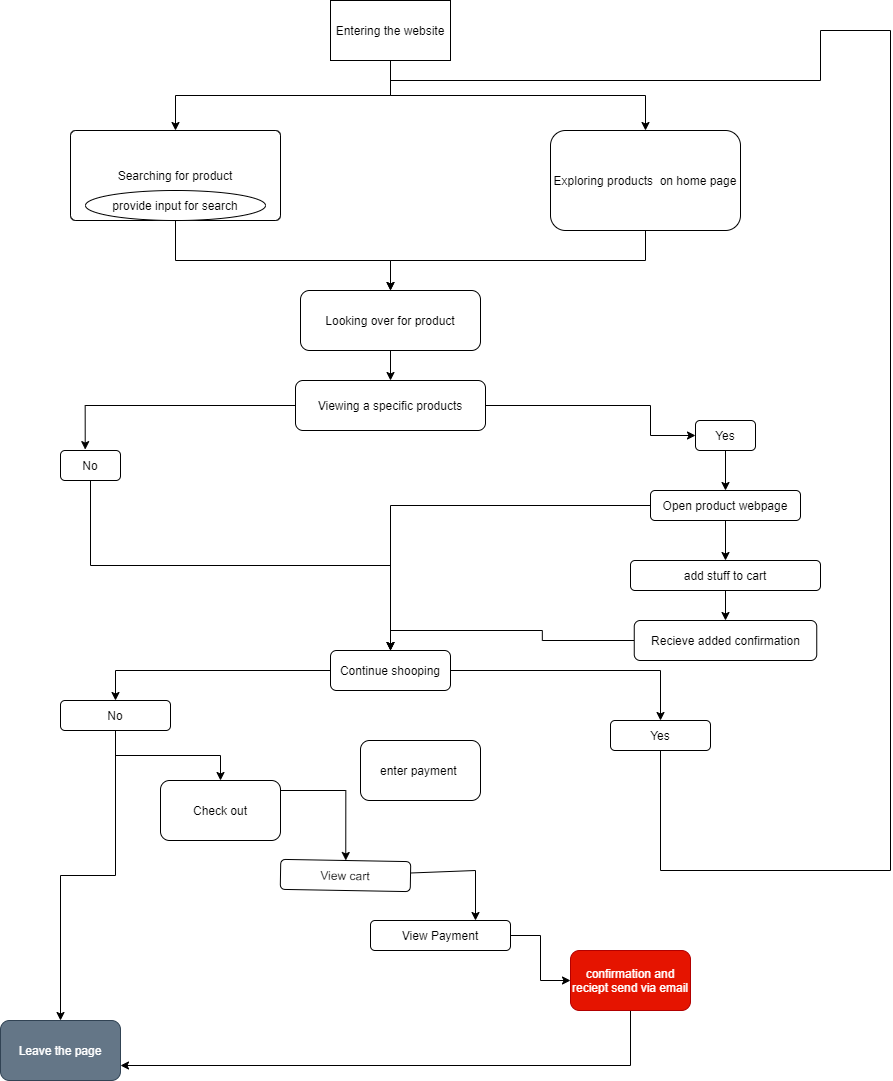
Above: explore/diagramming/dragram.drawio.png in Jianghualu/fa21-cse110-lab4 (draw.io), before the change. Source tidied: cells renumbered, new cells last; positions are measured from the earlier drawing's top-left corner, leaving out a move shared by most shapes. Source of this version:
```xml
<mxGraphModel>
  <root>
    <mxCell id="0" />
    <mxCell id="1" parent="0" />
    <mxCell id="2" style="edgeStyle=orthogonalEdgeStyle;rounded=0;jettySize=auto;html=1;exitX=0.5;exitY=1;exitDx=0;exitDy=0;" parent="1" edge="1" source="4" target="5">
      <mxGeometry relative="1" as="geometry" />
    </mxCell>
    <mxCell id="3" style="edgeStyle=orthogonalEdgeStyle;rounded=0;jettySize=auto;html=1;exitX=0.5;exitY=1;exitDx=0;exitDy=0;" parent="1" edge="1" source="4" target="7">
      <mxGeometry relative="1" as="geometry" />
    </mxCell>
    <mxCell id="4" value="Entering the website" style="rounded=0;whiteSpace=wrap;html=1;" parent="1" vertex="1">
      <mxGeometry x="330" width="120" height="60" as="geometry" />
    </mxCell>
    <mxCell id="5" value="Searching for product" style="rounded=1;whiteSpace=wrap;html=1;arcSize=6;" parent="1" vertex="1">
      <mxGeometry x="70" y="130" width="210" height="90" as="geometry" />
    </mxCell>
    <mxCell id="6" style="edgeStyle=orthogonalEdgeStyle;rounded=0;jettySize=auto;html=1;exitX=0.5;exitY=1;exitDx=0;exitDy=0;entryX=0.5;entryY=0;entryDx=0;entryDy=0;" parent="1" edge="1" source="7" target="11">
      <mxGeometry relative="1" as="geometry" />
    </mxCell>
    <mxCell id="7" value="Exploring products&amp;nbsp; on home page" style="rounded=1;whiteSpace=wrap;html=1;" parent="1" vertex="1">
      <mxGeometry x="550" y="130" width="190" height="100" as="geometry" />
    </mxCell>
    <mxCell id="8" style="edgeStyle=orthogonalEdgeStyle;rounded=0;jettySize=auto;html=1;entryX=0.5;entryY=0;entryDx=0;entryDy=0;" parent="1" edge="1" source="9" target="11">
      <mxGeometry relative="1" as="geometry">
        <Array as="points">
          <mxPoint x="175" y="260" />
          <mxPoint x="390" y="260" />
        </Array>
      </mxGeometry>
    </mxCell>
    <mxCell id="9" value="provide input for search" style="ellipse;whiteSpace=wrap;html=1;" parent="1" vertex="1">
      <mxGeometry x="85" y="190" width="180" height="30" as="geometry" />
    </mxCell>
    <mxCell id="10" style="edgeStyle=orthogonalEdgeStyle;rounded=0;jettySize=auto;html=1;exitX=0.5;exitY=1;exitDx=0;exitDy=0;entryX=0.5;entryY=0;entryDx=0;entryDy=0;" parent="1" edge="1" source="11" target="14">
      <mxGeometry relative="1" as="geometry" />
    </mxCell>
    <mxCell id="11" value="Looking over for product" style="rounded=1;whiteSpace=wrap;html=1;" parent="1" vertex="1">
      <mxGeometry x="300" y="290" width="180" height="60" as="geometry" />
    </mxCell>
    <mxCell id="12" style="edgeStyle=orthogonalEdgeStyle;rounded=0;jettySize=auto;html=1;" parent="1" edge="1" source="14" target="24">
      <mxGeometry relative="1" as="geometry">
        <Array as="points">
          <mxPoint x="650" y="405" />
        </Array>
      </mxGeometry>
    </mxCell>
    <mxCell id="13" style="edgeStyle=orthogonalEdgeStyle;rounded=0;jettySize=auto;html=1;entryX=0.412;entryY=-0.03;entryDx=0;entryDy=0;entryPerimeter=0;" parent="1" edge="1" source="14" target="19">
      <mxGeometry relative="1" as="geometry" />
    </mxCell>
    <mxCell id="14" value="Viewing a specific products" style="rounded=1;whiteSpace=wrap;html=1;" parent="1" vertex="1">
      <mxGeometry x="295" y="380" width="190" height="50" as="geometry" />
    </mxCell>
    <mxCell id="15" style="edgeStyle=orthogonalEdgeStyle;rounded=0;jettySize=auto;html=1;exitX=0.5;exitY=1;exitDx=0;exitDy=0;entryX=0.5;entryY=0;entryDx=0;entryDy=0;" parent="1" edge="1" source="35" target="17">
      <mxGeometry relative="1" as="geometry" />
    </mxCell>
    <mxCell id="16" style="edgeStyle=orthogonalEdgeStyle;rounded=0;jettySize=auto;html=1;entryX=0.5;entryY=0;entryDx=0;entryDy=0;" parent="1" edge="1" source="17" target="22">
      <mxGeometry relative="1" as="geometry" />
    </mxCell>
    <mxCell id="17" value="Recieve added confirmation" style="rounded=1;whiteSpace=wrap;html=1;" parent="1" vertex="1">
      <mxGeometry x="633.8" y="620" width="182.5" height="40" as="geometry" />
    </mxCell>
    <mxCell id="18" style="edgeStyle=orthogonalEdgeStyle;rounded=0;jettySize=auto;html=1;exitX=0.5;exitY=1;exitDx=0;exitDy=0;entryX=0.5;entryY=0;entryDx=0;entryDy=0;" parent="1" edge="1" source="19" target="22">
      <mxGeometry relative="1" as="geometry" />
    </mxCell>
    <mxCell id="19" value="No" style="rounded=1;whiteSpace=wrap;html=1;" parent="1" vertex="1">
      <mxGeometry x="60" y="450" width="60" height="30" as="geometry" />
    </mxCell>
    <mxCell id="20" style="edgeStyle=orthogonalEdgeStyle;rounded=0;jettySize=auto;html=1;entryX=0.5;entryY=0;entryDx=0;entryDy=0;" parent="1" edge="1" source="22" target="28">
      <mxGeometry relative="1" as="geometry" />
    </mxCell>
    <mxCell id="21" style="edgeStyle=orthogonalEdgeStyle;rounded=0;jettySize=auto;html=1;" parent="1" edge="1" source="22" target="25">
      <mxGeometry relative="1" as="geometry" />
    </mxCell>
    <mxCell id="22" value="Continue shooping" style="rounded=1;whiteSpace=wrap;html=1;" parent="1" vertex="1">
      <mxGeometry x="330" y="650" width="120" height="40" as="geometry" />
    </mxCell>
    <mxCell id="23" style="edgeStyle=orthogonalEdgeStyle;rounded=0;jettySize=auto;html=1;exitX=0.5;exitY=1;exitDx=0;exitDy=0;entryX=0.5;entryY=0;entryDx=0;entryDy=0;" parent="1" edge="1" source="24" target="34">
      <mxGeometry relative="1" as="geometry" />
    </mxCell>
    <mxCell id="24" value="Yes" style="rounded=1;whiteSpace=wrap;html=1;" parent="1" vertex="1">
      <mxGeometry x="695" y="420" width="60" height="30" as="geometry" />
    </mxCell>
    <mxCell id="25" value="Yes" style="rounded=1;whiteSpace=wrap;html=1;" parent="1" vertex="1">
      <mxGeometry x="610" y="720" width="100" height="30" as="geometry" />
    </mxCell>
    <mxCell id="26" style="edgeStyle=orthogonalEdgeStyle;rounded=0;jettySize=auto;html=1;exitX=0.5;exitY=1;exitDx=0;exitDy=0;" parent="1" edge="1" source="28" target="30">
      <mxGeometry relative="1" as="geometry" />
    </mxCell>
    <mxCell id="27" style="edgeStyle=orthogonalEdgeStyle;rounded=0;jettySize=auto;html=1;entryX=0.5;entryY=0;entryDx=0;entryDy=0;" parent="1" edge="1" source="28" target="31">
      <mxGeometry relative="1" as="geometry" />
    </mxCell>
    <mxCell id="28" value="No" style="rounded=1;whiteSpace=wrap;html=1;" parent="1" vertex="1">
      <mxGeometry x="60" y="700" width="110" height="30" as="geometry" />
    </mxCell>
    <mxCell id="29" style="edgeStyle=orthogonalEdgeStyle;rounded=0;jettySize=auto;html=1;entryX=0.5;entryY=0;entryDx=0;entryDy=0;" parent="1" edge="1" source="30" target="38">
      <mxGeometry relative="1" as="geometry">
        <Array as="points">
          <mxPoint x="345" y="790" />
        </Array>
      </mxGeometry>
    </mxCell>
    <mxCell id="30" value="Check out" style="rounded=1;whiteSpace=wrap;html=1;" parent="1" vertex="1">
      <mxGeometry x="160" y="780" width="120" height="60" as="geometry" />
    </mxCell>
    <mxCell id="31" value="Leave the page" style="rounded=1;whiteSpace=wrap;html=1;fillColor=#647687;strokeColor=#314354;fontColor=#ffffff;" parent="1" vertex="1">
      <mxGeometry y="1020" width="120" height="60" as="geometry" />
    </mxCell>
    <mxCell id="32" style="edgeStyle=orthogonalEdgeStyle;rounded=0;jettySize=auto;html=1;" parent="1" edge="1" source="34" target="35">
      <mxGeometry relative="1" as="geometry" />
    </mxCell>
    <mxCell id="33" style="edgeStyle=orthogonalEdgeStyle;rounded=0;jettySize=auto;html=1;entryX=0.5;entryY=0;entryDx=0;entryDy=0;" parent="1" edge="1" source="34" target="22">
      <mxGeometry relative="1" as="geometry" />
    </mxCell>
    <mxCell id="34" value="Open product webpage" style="rounded=1;whiteSpace=wrap;html=1;" parent="1" vertex="1">
      <mxGeometry x="650" y="490" width="150" height="30" as="geometry" />
    </mxCell>
    <mxCell id="35" value="add stuff to cart" style="rounded=1;whiteSpace=wrap;html=1;" parent="1" vertex="1">
      <mxGeometry x="630" y="560" width="190" height="30" as="geometry" />
    </mxCell>
    <mxCell id="36" style="edgeStyle=orthogonalEdgeStyle;rounded=0;jettySize=auto;html=1;endArrow=none;" parent="1" edge="1" source="25">
      <mxGeometry relative="1" as="geometry">
        <mxPoint x="390" y="80" as="targetPoint" />
        <Array as="points">
          <mxPoint x="890" y="870" />
          <mxPoint x="890" y="30" />
          <mxPoint x="820" y="30" />
        </Array>
      </mxGeometry>
    </mxCell>
    <mxCell id="37" style="edgeStyle=orthogonalEdgeStyle;rounded=0;jettySize=auto;html=1;entryX=0.75;entryY=0;entryDx=0;entryDy=0;" parent="1" edge="1" source="38" target="40">
      <mxGeometry relative="1" as="geometry">
        <Array as="points">
          <mxPoint x="475" y="870" />
        </Array>
      </mxGeometry>
    </mxCell>
    <mxCell id="38" value="View cart" style="rounded=1;whiteSpace=wrap;html=1;rotation=1;" parent="1" vertex="1">
      <mxGeometry x="280" y="860" width="130" height="30" as="geometry" />
    </mxCell>
    <mxCell id="39" style="edgeStyle=orthogonalEdgeStyle;rounded=0;jettySize=auto;html=1;" parent="1" edge="1" source="40" target="43">
      <mxGeometry relative="1" as="geometry" />
    </mxCell>
    <mxCell id="40" value="View Payment" style="rounded=1;whiteSpace=wrap;html=1;" parent="1" vertex="1">
      <mxGeometry x="370" y="920" width="140" height="30" as="geometry" />
    </mxCell>
    <mxCell id="41" value="enter payment&amp;nbsp;" style="rounded=1;whiteSpace=wrap;html=1;" parent="1" vertex="1">
      <mxGeometry x="360" y="740" width="120" height="60" as="geometry" />
    </mxCell>
    <mxCell id="42" style="edgeStyle=orthogonalEdgeStyle;rounded=0;jettySize=auto;html=1;entryX=1;entryY=0.75;entryDx=0;entryDy=0;" parent="1" edge="1" source="43" target="31">
      <mxGeometry relative="1" as="geometry">
        <Array as="points">
          <mxPoint x="630" y="1065" />
        </Array>
      </mxGeometry>
    </mxCell>
    <mxCell id="43" value="confirmation and reciept send via email" style="rounded=1;whiteSpace=wrap;html=1;fillColor=#e51400;strokeColor=#B20000;fontColor=#ffffff;" parent="1" vertex="1">
      <mxGeometry x="570" y="950" width="120" height="60" as="geometry" />
    </mxCell>
  </root>
</mxGraphModel>
```
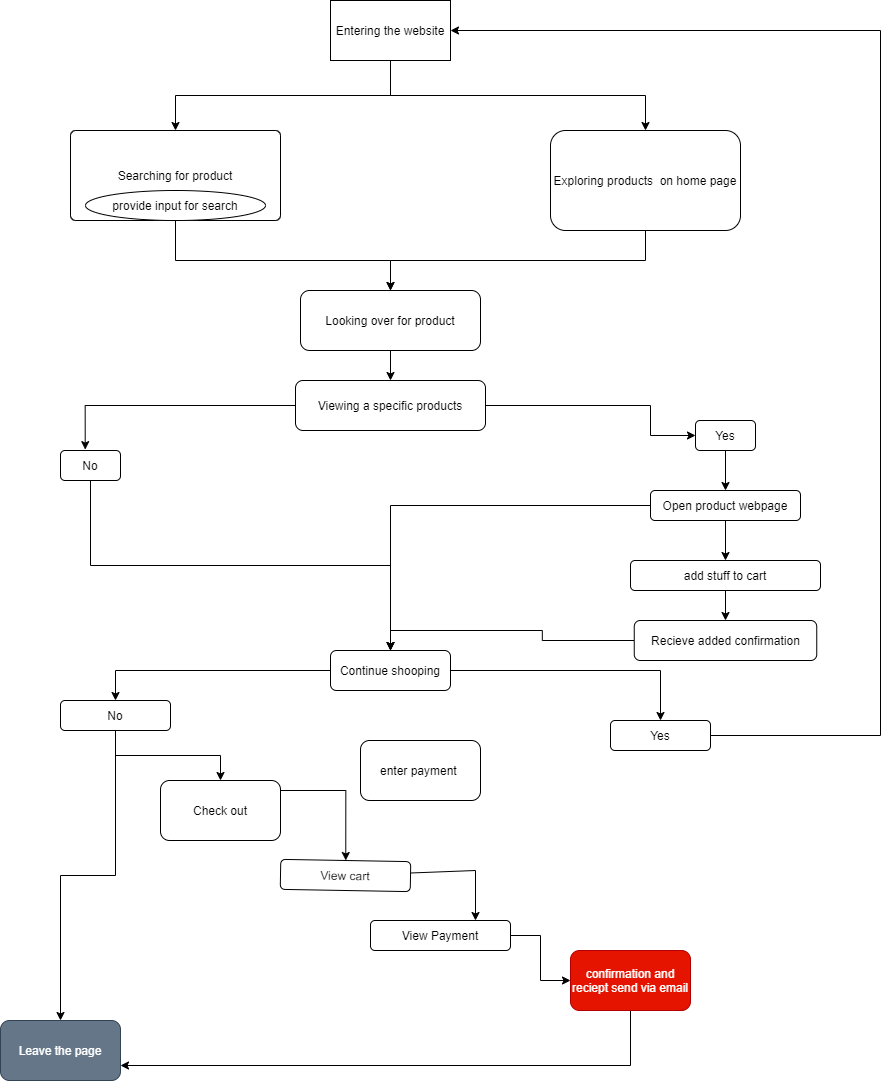
Above is the later version.

The edit, as a diff of the source:
```diff
@@ -80,6 +80,14 @@
     <mxCell id="24" value="Yes" style="rounded=1;whiteSpace=wrap;html=1;" parent="1" vertex="1">
       <mxGeometry x="695" y="420" width="60" height="30" as="geometry" />
     </mxCell>
+    <mxCell id="44" style="edgeStyle=orthogonalEdgeStyle;rounded=0;jettySize=auto;html=1;entryX=1;entryY=0.5;entryDx=0;entryDy=0;" parent="1" edge="1" source="25" target="4">
+      <mxGeometry relative="1" as="geometry">
+        <Array as="points">
+          <mxPoint x="880" y="735" />
+          <mxPoint x="880" y="30" />
+        </Array>
+      </mxGeometry>
+    </mxCell>
     <mxCell id="25" value="Yes" style="rounded=1;whiteSpace=wrap;html=1;" parent="1" vertex="1">
       <mxGeometry x="610" y="720" width="100" height="30" as="geometry" />
     </mxCell>
@@ -117,16 +125,6 @@
     <mxCell id="35" value="add stuff to cart" style="rounded=1;whiteSpace=wrap;html=1;" parent="1" vertex="1">
       <mxGeometry x="630" y="560" width="190" height="30" as="geometry" />
     </mxCell>
-    <mxCell id="36" style="edgeStyle=orthogonalEdgeStyle;rounded=0;jettySize=auto;html=1;endArrow=none;" parent="1" edge="1" source="25">
-      <mxGeometry relative="1" as="geometry">
-        <mxPoint x="390" y="80" as="targetPoint" />
-        <Array as="points">
-          <mxPoint x="890" y="870" />
-          <mxPoint x="890" y="30" />
-          <mxPoint x="820" y="30" />
-        </Array>
-      </mxGeometry>
-    </mxCell>
     <mxCell id="37" style="edgeStyle=orthogonalEdgeStyle;rounded=0;jettySize=auto;html=1;entryX=0.75;entryY=0;entryDx=0;entryDy=0;" parent="1" edge="1" source="38" target="40">
       <mxGeometry relative="1" as="geometry">
         <Array as="points">
```
